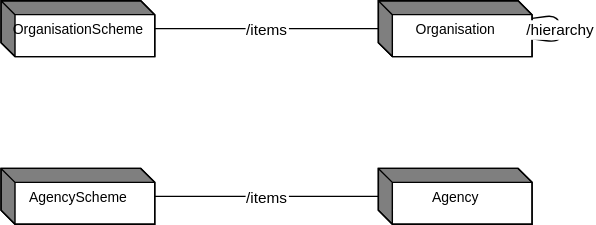
The draw.io diagram docs/logical_interfaces/media/sdmx_base-agency_scheme.svg in sdmx-twg/sdmx-im, before a commit. Source tidied: cells renumbered, new cells last; positions are measured from the earlier drawing's top-left corner, leaving out a move shared by most shapes.
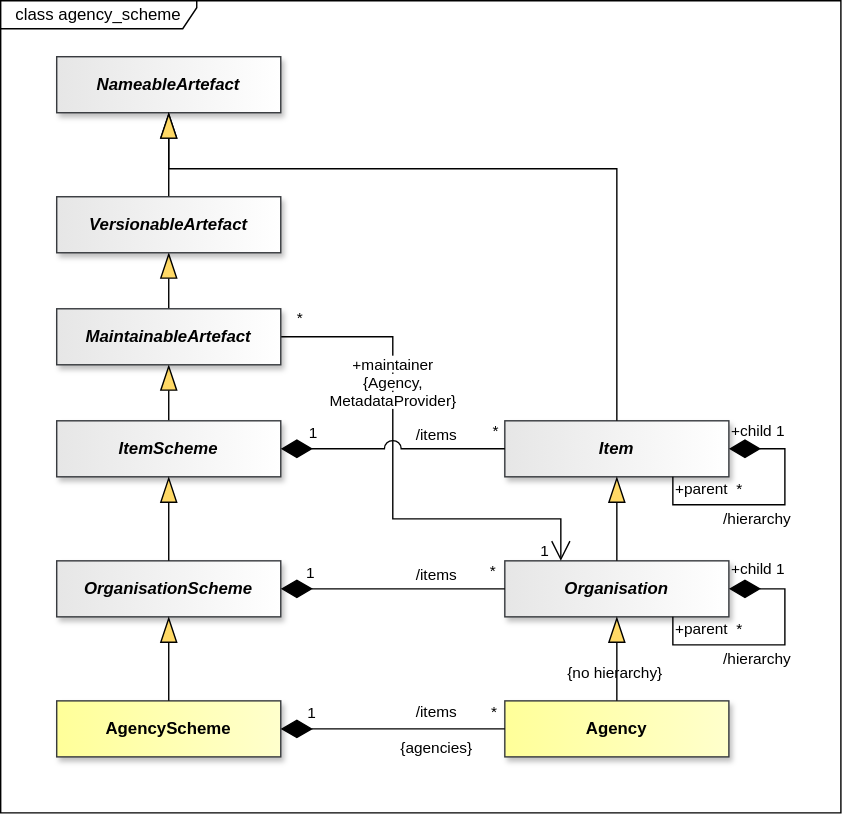
After the change.

Change to the diagram source:
```diff
@@ -2,21 +2,9 @@
   <root>
     <mxCell id="0" />
     <mxCell id="1" parent="0" />
-    <mxCell id="2" value="Agency" style="shape=mxgraph.dfd.externalEntity;fontSize=10;" parent="1" vertex="1">
-      <mxGeometry x="270" y="120" width="110" height="40" as="geometry" />
-    </mxCell>
-    <mxCell id="3" value="Organisation" style="shape=mxgraph.dfd.externalEntity;fontSize=10;" parent="1" vertex="1">
-      <mxGeometry x="270" width="110" height="40" as="geometry" />
-    </mxCell>
-    <mxCell id="4" value="AgencyScheme" style="shape=mxgraph.dfd.externalEntity;fontSize=10;" parent="1" vertex="1">
-      <mxGeometry y="120" width="110" height="40" as="geometry" />
-    </mxCell>
-    <mxCell id="5" value="OrganisationScheme" style="shape=mxgraph.dfd.externalEntity;fontSize=10;" parent="1" vertex="1">
-      <mxGeometry width="110" height="40" as="geometry" />
-    </mxCell>
-    <mxCell id="6" value="/items" style="endArrow=none;" parent="1" edge="1" source="2" target="4">
-      <mxGeometry relative="1" as="geometry" />
-    </mxCell>
+    <mxCell id="43" value="class agency_scheme" style="shape=umlFrame;whiteSpace=wrap;html=1;fillColor=light-dark(#FFFFFF,#121212);swimlaneFillColor=light-dark(#FFFFFF,#121212);width=140;height=20;" parent="1" vertex="1">
+      <mxGeometry x="-100" y="-1190" width="600" height="580" as="geometry" />
+    </mxCell>
     <mxCell id="7" style="endArrow=none;" parent="1" edge="1">
       <mxGeometry relative="1" as="geometry" />
     </mxCell>
@@ -71,18 +59,6 @@
     <mxCell id="24" value="/items" style="endArrow=none;" parent="1" edge="1">
       <mxGeometry relative="1" as="geometry" />
     </mxCell>
-    <mxCell id="25" style="endArrow=none;" parent="1" edge="1" target="3">
-      <mxGeometry relative="1" as="geometry" />
-    </mxCell>
-    <mxCell id="26" value="/hierarchy" style="endArrow=none;" parent="1" edge="1" source="3" target="3">
-      <mxGeometry relative="1" as="geometry" />
-    </mxCell>
-    <mxCell id="27" style="endArrow=none;" parent="1" edge="1" target="3">
-      <mxGeometry relative="1" as="geometry" />
-    </mxCell>
-    <mxCell id="28" value="/items" style="endArrow=none;" parent="1" edge="1" source="3" target="5">
-      <mxGeometry relative="1" as="geometry" />
-    </mxCell>
     <mxCell id="29" value="/hierarchy" style="endArrow=none;" parent="1" edge="1">
       <mxGeometry relative="1" as="geometry" />
     </mxCell>
@@ -125,5 +101,172 @@
     <mxCell id="42" style="endArrow=none;" parent="1" edge="1">
       <mxGeometry relative="1" as="geometry" />
     </mxCell>
+    <mxCell id="44" value="NameableArtefact" style="whiteSpace=wrap;html=1;verticalAlign=middle;gradientDirection=east;imageVerticalAlign=top;fontStyle=3;fillColor=light-dark(#E6E6E6,#E6E6E6);strokeColor=#36393d;fontColor=light-dark(#000000,#000000);gradientColor=light-dark(#FFFFFF,#FFFFFF);shadow=1;" parent="1" vertex="1">
+      <mxGeometry x="-60" y="-1150" width="160" height="40" as="geometry" />
+    </mxCell>
+    <mxCell id="45" style="endArrow=blockThin;endSize=16;endFill=1;html=1;rounded=0;entryX=0.5;entryY=1;entryDx=0;entryDy=0;exitX=0.5;exitY=0;exitDx=0;exitDy=0;startFill=0;endFillColor=light-dark(#FFD966,#FFD966);strokeColor=light-dark(#000000,#FFFFFF);startFillColor=light-dark(#000000,#FFFFFF);labelBackgroundColor=none;labelBorderColor=light-dark(#000000,#FFFFFF);" parent="1" edge="1" source="71" target="44">
+      <mxGeometry relative="1" as="geometry" />
+    </mxCell>
+    <mxCell id="46" style="endArrow=blockThin;endSize=16;endFill=1;html=1;rounded=0;entryX=0.5;entryY=1;entryDx=0;entryDy=0;exitX=0.5;exitY=0;exitDx=0;exitDy=0;startFill=0;endFillColor=light-dark(#FFD966,#FFD966);strokeColor=light-dark(#000000,#FFFFFF);startFillColor=light-dark(#000000,#FFFFFF);labelBackgroundColor=none;labelBorderColor=light-dark(#000000,#FFFFFF);" parent="1" edge="1" source="72" target="71">
+      <mxGeometry relative="1" as="geometry" />
+    </mxCell>
+    <mxCell id="3" value="Organisation" style="whiteSpace=wrap;html=1;verticalAlign=middle;gradientDirection=east;imageVerticalAlign=top;fontStyle=3;fillColor=light-dark(#E6E6E6,#E6E6E6);strokeColor=#36393d;fontColor=light-dark(#000000,#000000);gradientColor=light-dark(#FFFFFF,#FFFFFF);shadow=1;" parent="1" vertex="1">
+      <mxGeometry x="260" y="-790" width="160" height="40" as="geometry" />
+    </mxCell>
+    <mxCell id="47" value="&lt;font style=&quot;color: light-dark(rgb(0, 0, 0), rgb(255, 255, 255)); background-color: light-dark(rgb(255, 255, 255), rgb(0, 0, 0));&quot;&gt;&lt;br&gt;&lt;br&gt;+maintainer&lt;br&gt;{Agency,&lt;br&gt;MetadataProvider}&lt;/font&gt;" style="endArrow=open;html=1;endSize=12;startArrow=none;startSize=20;startFill=0;edgeStyle=orthogonalEdgeStyle;rounded=0;endFill=0;strokeColor=light-dark(#000000,#FFFFFF);fontColor=light-dark(#000000,#FFFFFF);labelBackgroundColor=none;exitX=1;exitY=0.5;exitDx=0;exitDy=0;entryX=0.25;entryY=0;entryDx=0;entryDy=0;" parent="1" edge="1" source="72" target="3">
+      <mxGeometry x="-0.44" relative="1" as="geometry">
+        <Array as="points">
+          <mxPoint x="180" y="-950" />
+          <mxPoint x="180" y="-820" />
+          <mxPoint x="300" y="-820" />
+        </Array>
+      </mxGeometry>
+    </mxCell>
+    <mxCell id="48" value="*" style="edgeLabel;html=1;align=left;verticalAlign=top;labelBackgroundColor=none;fontColor=light-dark(#000000,#FFFFFF);" parent="47" vertex="1">
+      <mxGeometry x="-0.71" relative="1" as="geometry">
+        <mxPoint x="-42" y="-26" as="offset" />
+      </mxGeometry>
+    </mxCell>
+    <mxCell id="49" value="1" style="edgeLabel;html=1;align=right;verticalAlign=top;labelBackgroundColor=none;fontColor=light-dark(#000000,#FFFFFF);" parent="47" vertex="1">
+      <mxGeometry x="1" relative="1" as="geometry">
+        <mxPoint x="-8" y="-20" as="offset" />
+      </mxGeometry>
+    </mxCell>
+    <mxCell id="26" value="&lt;font style=&quot;color: light-dark(rgb(0, 0, 0), rgb(255, 255, 255)); background-color: light-dark(rgb(255, 255, 255), rgb(0, 0, 0));&quot;&gt;/hierarchy&lt;/font&gt;" style="endArrow=none;html=1;endSize=12;startArrow=diamondThin;startSize=20;startFill=1;edgeStyle=orthogonalEdgeStyle;rounded=0;endFill=0;strokeColor=light-dark(#000000,#FFFFFF);fontColor=light-dark(#000000,#FFFFFF);labelBackgroundColor=none;entryX=0.75;entryY=1;entryDx=0;entryDy=0;innerLoopWaypoints=1;exitX=1;exitY=0.5;exitDx=0;exitDy=0;" parent="1" edge="1" source="3" target="3">
+      <mxGeometry x="0.11" y="10" relative="1" as="geometry">
+        <Array as="points">
+          <mxPoint x="460" y="-770" />
+          <mxPoint x="460" y="-730" />
+          <mxPoint x="380" y="-730" />
+        </Array>
+      </mxGeometry>
+    </mxCell>
+    <mxCell id="50" value="+child 1" style="edgeLabel;html=1;align=left;verticalAlign=top;labelBackgroundColor=none;fontColor=light-dark(#000000,#FFFFFF);" parent="26" vertex="1">
+      <mxGeometry x="-0.61" relative="1" as="geometry">
+        <mxPoint x="-35" y="-27" as="offset" />
+      </mxGeometry>
+    </mxCell>
+    <mxCell id="51" value="+parent&amp;nbsp; *" style="edgeLabel;html=1;align=right;verticalAlign=top;labelBackgroundColor=none;fontColor=light-dark(#000000,#FFFFFF);" parent="26" vertex="1">
+      <mxGeometry x="1" relative="1" as="geometry">
+        <mxPoint x="50" y="-4" as="offset" />
+      </mxGeometry>
+    </mxCell>
+    <mxCell id="52" style="endArrow=blockThin;endSize=16;endFill=1;html=1;rounded=0;exitX=0.5;exitY=0;exitDx=0;exitDy=0;startFill=0;endFillColor=light-dark(#FFD966,#FFD966);strokeColor=light-dark(#000000,#FFFFFF);startFillColor=light-dark(#000000,#FFFFFF);labelBackgroundColor=none;labelBorderColor=light-dark(#000000,#FFFFFF);entryX=0.5;entryY=1;entryDx=0;entryDy=0;" parent="1" edge="1" source="58" target="72">
+      <mxGeometry x="-0.16" relative="1" as="geometry" />
+    </mxCell>
+    <mxCell id="2" value="&lt;span&gt;&lt;span&gt;Agency&lt;/span&gt;&lt;/span&gt;" style="whiteSpace=wrap;html=1;verticalAlign=middle;gradientDirection=east;imageVerticalAlign=top;fontStyle=1;fillColor=light-dark(#FFFF99,#FFFF99);strokeColor=#36393d;fontColor=light-dark(#000000,#000000);gradientColor=light-dark(#FFFFCC,#FFFFCC);shadow=1;" parent="1" vertex="1">
+      <mxGeometry x="260" y="-690" width="160" height="40" as="geometry" />
+    </mxCell>
+    <mxCell id="53" value="{no hierarchy}&amp;nbsp;" style="endArrow=blockThin;endSize=16;endFill=1;html=1;rounded=0;entryX=0.5;entryY=1;entryDx=0;entryDy=0;startFill=0;endFillColor=light-dark(#FFD966,#FFD966);strokeColor=light-dark(#000000,#FFFFFF);startFillColor=light-dark(#000000,#FFFFFF);labelBackgroundColor=none;labelBorderColor=none;exitX=0.5;exitY=0;exitDx=0;exitDy=0;fontColor=light-dark(#000000,#FFFFFF);" parent="1" edge="1" source="2" target="3">
+      <mxGeometry x="-0.33" relative="1" as="geometry" />
+    </mxCell>
+    <mxCell id="54" value="Item" style="whiteSpace=wrap;html=1;verticalAlign=middle;gradientDirection=east;imageVerticalAlign=top;fontStyle=3;fillColor=light-dark(#E6E6E6,#E6E6E6);strokeColor=#36393d;fontColor=light-dark(#000000,#000000);gradientColor=light-dark(#FFFFFF,#FFFFFF);shadow=1;" parent="1" vertex="1">
+      <mxGeometry x="260" y="-890" width="160" height="40" as="geometry" />
+    </mxCell>
+    <mxCell id="55" value="&lt;font style=&quot;color: light-dark(rgb(0, 0, 0), rgb(255, 255, 255)); background-color: light-dark(rgb(255, 255, 255), rgb(0, 0, 0));&quot;&gt;/hierarchy&lt;/font&gt;" style="endArrow=none;html=1;endSize=12;startArrow=diamondThin;startSize=20;startFill=1;edgeStyle=orthogonalEdgeStyle;rounded=0;endFill=0;strokeColor=light-dark(#000000,#FFFFFF);fontColor=light-dark(#000000,#FFFFFF);labelBackgroundColor=none;exitX=1;exitY=0.5;exitDx=0;exitDy=0;entryX=0.75;entryY=1;entryDx=0;entryDy=0;innerLoopWaypoints=1;" parent="1" edge="1" source="54" target="54">
+      <mxGeometry x="0.11" y="10" relative="1" as="geometry">
+        <Array as="points">
+          <mxPoint x="460" y="-870" />
+          <mxPoint x="460" y="-830" />
+          <mxPoint x="380" y="-830" />
+        </Array>
+      </mxGeometry>
+    </mxCell>
+    <mxCell id="56" value="+child 1" style="edgeLabel;html=1;align=left;verticalAlign=top;labelBackgroundColor=none;fontColor=light-dark(#000000,#FFFFFF);" parent="55" vertex="1">
+      <mxGeometry x="-0.59" relative="1" as="geometry">
+        <mxPoint x="-37" y="-26" as="offset" />
+      </mxGeometry>
+    </mxCell>
+    <mxCell id="57" value="+parent&amp;nbsp; *" style="edgeLabel;html=1;align=right;verticalAlign=top;labelBackgroundColor=none;fontColor=light-dark(#000000,#FFFFFF);" parent="55" vertex="1">
+      <mxGeometry x="0.08" relative="1" as="geometry">
+        <mxPoint x="-13" y="-24" as="offset" />
+      </mxGeometry>
+    </mxCell>
+    <mxCell id="58" value="ItemScheme" style="whiteSpace=wrap;html=1;verticalAlign=middle;gradientDirection=east;imageVerticalAlign=top;fontStyle=3;fillColor=light-dark(#E6E6E6,#E6E6E6);strokeColor=#36393d;fontColor=light-dark(#000000,#000000);gradientColor=light-dark(#FFFFFF,#FFFFFF);shadow=1;" parent="1" vertex="1">
+      <mxGeometry x="-60" y="-890" width="160" height="40" as="geometry" />
+    </mxCell>
+    <mxCell id="5" value="OrganisationScheme" style="whiteSpace=wrap;html=1;verticalAlign=middle;gradientDirection=east;imageVerticalAlign=top;fontStyle=3;fillColor=light-dark(#E6E6E6,#E6E6E6);strokeColor=#36393d;fontColor=light-dark(#000000,#000000);gradientColor=light-dark(#FFFFFF,#FFFFFF);shadow=1;" parent="1" vertex="1">
+      <mxGeometry x="-60" y="-790" width="160" height="40" as="geometry" />
+    </mxCell>
+    <mxCell id="59" style="endArrow=blockThin;endSize=16;endFill=1;html=1;rounded=0;startFill=0;endFillColor=light-dark(#FFD966,#FFD966);strokeColor=light-dark(#000000,#FFFFFF);startFillColor=light-dark(#000000,#FFFFFF);labelBackgroundColor=none;labelBorderColor=light-dark(#000000,#FFFFFF);entryX=0.5;entryY=1;entryDx=0;entryDy=0;exitX=0.5;exitY=0;exitDx=0;exitDy=0;" parent="1" edge="1" source="5" target="58">
+      <mxGeometry relative="1" as="geometry" />
+    </mxCell>
+    <mxCell id="60" style="endArrow=blockThin;endSize=16;endFill=1;html=1;rounded=0;entryX=0.5;entryY=1;entryDx=0;entryDy=0;exitX=0.5;exitY=0;exitDx=0;exitDy=0;startFill=0;endFillColor=light-dark(#FFD966,#FFD966);strokeColor=light-dark(#000000,#FFFFFF);startFillColor=light-dark(#000000,#FFFFFF);labelBackgroundColor=none;labelBorderColor=light-dark(#000000,#FFFFFF);" parent="1" edge="1" source="54" target="44">
+      <mxGeometry relative="1" as="geometry">
+        <Array as="points">
+          <mxPoint x="340" y="-1070" />
+          <mxPoint x="20" y="-1070" />
+        </Array>
+      </mxGeometry>
+    </mxCell>
+    <mxCell id="61" style="endArrow=blockThin;endSize=16;endFill=1;html=1;rounded=0;entryX=0.5;entryY=1;entryDx=0;entryDy=0;exitX=0.5;exitY=0;exitDx=0;exitDy=0;startFill=0;endFillColor=light-dark(#FFD966,#FFD966);strokeColor=light-dark(#000000,#FFFFFF);startFillColor=light-dark(#000000,#FFFFFF);labelBackgroundColor=none;labelBorderColor=light-dark(#000000,#FFFFFF);" parent="1" edge="1" source="3" target="54">
+      <mxGeometry relative="1" as="geometry" />
+    </mxCell>
+    <mxCell id="4" value="AgencyScheme" style="whiteSpace=wrap;html=1;verticalAlign=middle;gradientDirection=east;imageVerticalAlign=top;fontStyle=1;fillColor=light-dark(#FFFF99,#FFFF99);strokeColor=#36393d;fontColor=light-dark(#000000,#000000);gradientColor=light-dark(#FFFFCC,#FFFFCC);shadow=1;" parent="1" vertex="1">
+      <mxGeometry x="-60" y="-690" width="160" height="40" as="geometry" />
+    </mxCell>
+    <mxCell id="62" style="endArrow=none;html=1;endSize=12;startArrow=diamondThin;startSize=20;startFill=1;edgeStyle=orthogonalEdgeStyle;rounded=0;exitX=1;exitY=0.5;exitDx=0;exitDy=0;endFill=0;strokeColor=light-dark(#000000,#FFFFFF);fontColor=light-dark(#000000,#FFFFFF);labelBackgroundColor=none;entryX=0;entryY=0.5;entryDx=0;entryDy=0;" parent="1" edge="1" source="4" target="2">
+      <mxGeometry x="-0.33" relative="1" as="geometry" />
+    </mxCell>
+    <mxCell id="63" value="*" style="edgeLabel;html=1;align=right;verticalAlign=top;labelBackgroundColor=none;fontColor=light-dark(#000000,#FFFFFF);" parent="62" vertex="1">
+      <mxGeometry x="1" relative="1" as="geometry">
+        <mxPoint x="-5" y="-25" as="offset" />
+      </mxGeometry>
+    </mxCell>
+    <mxCell id="64" value="1" style="edgeLabel;html=1;align=center;verticalAlign=middle;fontSize=11;labelBackgroundColor=none;" parent="62" vertex="1">
+      <mxGeometry x="-0.71" y="3" relative="1" as="geometry">
+        <mxPoint x="-2" y="-9" as="offset" />
+      </mxGeometry>
+    </mxCell>
+    <mxCell id="65" value="/items&lt;div&gt;&lt;br&gt;&lt;/div&gt;&lt;div&gt;{agencies}&lt;/div&gt;" style="edgeLabel;html=1;align=center;verticalAlign=middle;fontSize=11;labelBackgroundColor=none;" parent="62" vertex="1">
+      <mxGeometry x="-0.32" relative="1" as="geometry">
+        <mxPoint x="56" as="offset" />
+      </mxGeometry>
+    </mxCell>
+    <mxCell id="66" style="endArrow=none;html=1;endSize=12;startArrow=diamondThin;startSize=20;startFill=1;edgeStyle=orthogonalEdgeStyle;rounded=0;exitX=1;exitY=0.5;exitDx=0;exitDy=0;endFill=0;strokeColor=light-dark(#000000,#FFFFFF);fontColor=light-dark(#000000,#FFFFFF);labelBackgroundColor=none;entryX=0;entryY=0.5;entryDx=0;entryDy=0;" parent="1" edge="1" source="5" target="3">
+      <mxGeometry x="-0.3" relative="1" as="geometry" />
+    </mxCell>
+    <mxCell id="67" value="*" style="edgeLabel;html=1;align=right;verticalAlign=top;labelBackgroundColor=none;fontColor=light-dark(#000000,#FFFFFF);" parent="66" vertex="1">
+      <mxGeometry x="0.79" relative="1" as="geometry">
+        <mxPoint x="11" y="-26" as="offset" />
+      </mxGeometry>
+    </mxCell>
+    <mxCell id="68" value="1" style="edgeLabel;html=1;align=center;verticalAlign=middle;fontSize=11;labelBackgroundColor=none;" parent="66" vertex="1">
+      <mxGeometry x="-0.79" y="3" relative="1" as="geometry">
+        <mxPoint x="3" y="-9" as="offset" />
+      </mxGeometry>
+    </mxCell>
+    <mxCell id="69" value="/items" style="edgeLabel;html=1;align=center;verticalAlign=middle;fontSize=11;labelBackgroundColor=none;" parent="66" vertex="1">
+      <mxGeometry x="-0.29" relative="1" as="geometry">
+        <mxPoint x="53" y="-11" as="offset" />
+      </mxGeometry>
+    </mxCell>
+    <mxCell id="70" style="endArrow=blockThin;endSize=16;endFill=1;html=1;rounded=0;startFill=0;endFillColor=light-dark(#FFD966,#FFD966);strokeColor=light-dark(#000000,#FFFFFF);startFillColor=light-dark(#000000,#FFFFFF);labelBackgroundColor=none;labelBorderColor=light-dark(#000000,#FFFFFF);entryX=0.5;entryY=1;entryDx=0;entryDy=0;exitX=0.5;exitY=0;exitDx=0;exitDy=0;" parent="1" edge="1" source="4" target="5">
+      <mxGeometry relative="1" as="geometry" />
+    </mxCell>
+    <mxCell id="71" value="VersionableArtefact" style="whiteSpace=wrap;html=1;verticalAlign=middle;gradientDirection=east;imageVerticalAlign=top;fontStyle=3;fillColor=light-dark(#E6E6E6,#E6E6E6);strokeColor=#36393d;fontColor=light-dark(#000000,#000000);gradientColor=light-dark(#FFFFFF,#FFFFFF);shadow=1;" parent="1" vertex="1">
+      <mxGeometry x="-60" y="-1050" width="160" height="40" as="geometry" />
+    </mxCell>
+    <mxCell id="72" value="MaintainableArtefact" style="whiteSpace=wrap;html=1;verticalAlign=middle;gradientDirection=east;imageVerticalAlign=top;fontStyle=3;fillColor=light-dark(#E6E6E6,#E6E6E6);strokeColor=#36393d;fontColor=light-dark(#000000,#000000);gradientColor=light-dark(#FFFFFF,#FFFFFF);shadow=1;" parent="1" vertex="1">
+      <mxGeometry x="-60" y="-970" width="160" height="40" as="geometry" />
+    </mxCell>
+    <mxCell id="73" style="endArrow=none;html=1;endSize=12;startArrow=diamondThin;startSize=20;startFill=1;edgeStyle=orthogonalEdgeStyle;rounded=0;exitX=1;exitY=0.5;exitDx=0;exitDy=0;endFill=0;strokeColor=light-dark(#000000,#FFFFFF);fontColor=light-dark(#000000,#FFFFFF);labelBackgroundColor=none;entryX=0;entryY=0.5;entryDx=0;entryDy=0;jumpStyle=arc;jumpSize=12;" parent="1" edge="1" source="58" target="54">
+      <mxGeometry x="-0.21" relative="1" as="geometry" />
+    </mxCell>
+    <mxCell id="74" value="*" style="edgeLabel;html=1;align=right;verticalAlign=top;labelBackgroundColor=none;fontColor=light-dark(#000000,#FFFFFF);" parent="73" vertex="1">
+      <mxGeometry x="0.81" relative="1" as="geometry">
+        <mxPoint x="11" y="-26" as="offset" />
+      </mxGeometry>
+    </mxCell>
+    <mxCell id="75" value="1" style="edgeLabel;html=1;align=center;verticalAlign=middle;fontSize=11;labelBackgroundColor=none;" parent="73" vertex="1">
+      <mxGeometry x="-0.76" y="3" relative="1" as="geometry">
+        <mxPoint x="3" y="-9" as="offset" />
+      </mxGeometry>
+    </mxCell>
+    <mxCell id="76" value="/items" style="edgeLabel;html=1;align=center;verticalAlign=middle;fontSize=11;labelBackgroundColor=none;" parent="73" vertex="1">
+      <mxGeometry x="-0.2" relative="1" as="geometry">
+        <mxPoint x="46" y="-11" as="offset" />
+      </mxGeometry>
+    </mxCell>
   </root>
 </mxGraphModel>
```
